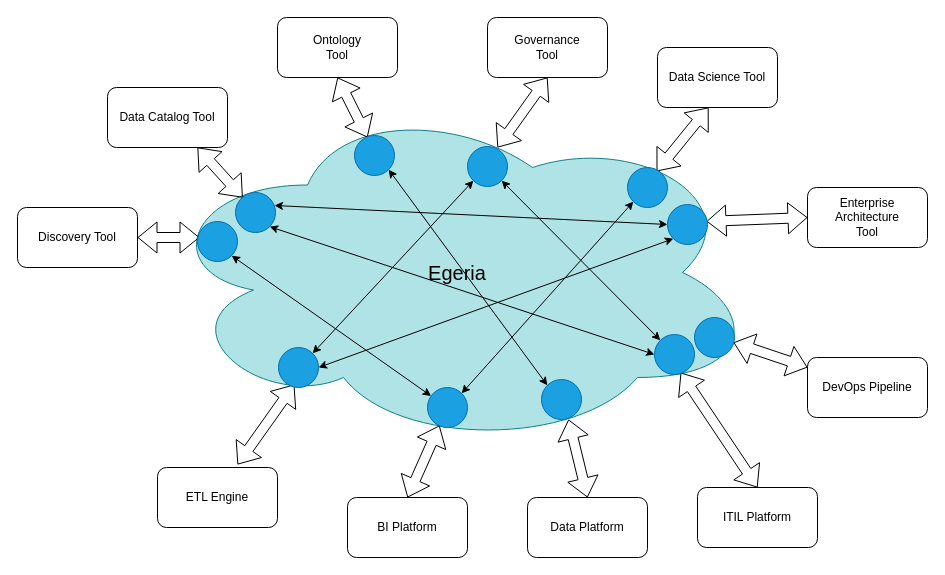
Before: page "egeria-overview-metadata-exchange" (7 of 23) of open-metadata-implementation/admin-services/docs/egeria-operations.drawio in planetf1/egeria, a draw.io diagram. Source tidied: cells renumbered, new cells numbered last; positions are measured from the earlier drawing's top-left corner, leaving out a move shared by most shapes. Both pictures are drawn from the tidied source at 100%, with x=0, y=0 at pixel (17, 17).
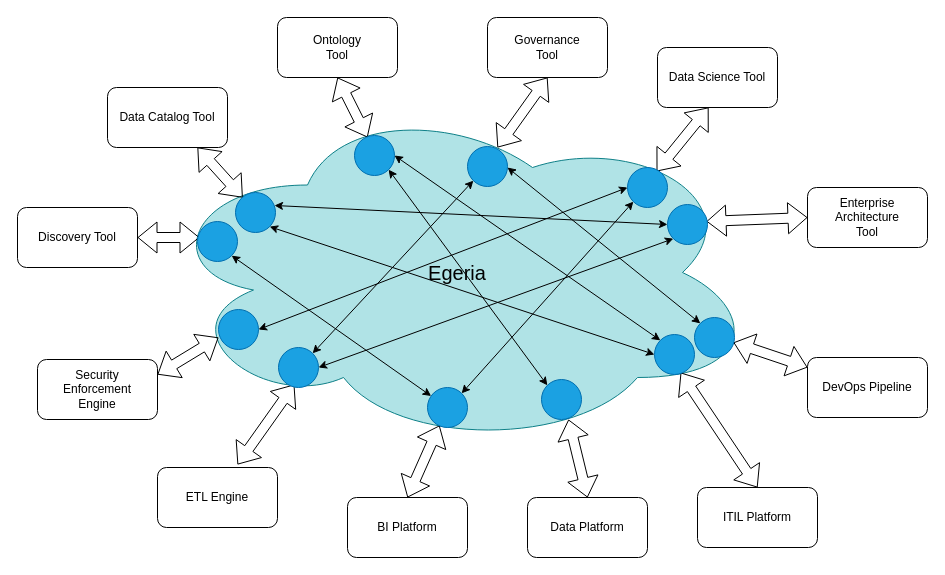
Above is the later version.

Unchanged cells that the change refers to:
```xml
<mxCell id="32" style="ellipse;whiteSpace=wrap;html=1;fillColor=#1ba1e2;strokeColor=#006EAF;fontColor=#ffffff;" parent="1" vertex="1">
  <mxGeometry x="610" y="150" width="40" height="40" as="geometry" />
</mxCell>
<mxCell id="34" style="ellipse;whiteSpace=wrap;html=1;fillColor=#1ba1e2;strokeColor=#006EAF;fontColor=#ffffff;" parent="1" vertex="1">
  <mxGeometry x="450" y="129" width="40" height="40" as="geometry" />
</mxCell>
<mxCell id="36" style="ellipse;whiteSpace=wrap;html=1;fillColor=#1ba1e2;strokeColor=#006EAF;fontColor=#ffffff;" parent="1" vertex="1">
  <mxGeometry x="337" y="118" width="40" height="40" as="geometry" />
</mxCell>
<mxCell id="38" style="ellipse;whiteSpace=wrap;html=1;fillColor=#1ba1e2;strokeColor=#006EAF;fontColor=#ffffff;" parent="1" vertex="1">
  <mxGeometry x="637" y="317" width="40" height="40" as="geometry" />
</mxCell>
<mxCell id="43" style="ellipse;whiteSpace=wrap;html=1;fillColor=#1ba1e2;strokeColor=#006EAF;fontColor=#ffffff;" parent="1" vertex="1">
  <mxGeometry x="677" y="300" width="40" height="40" as="geometry" />
</mxCell>
```

What changed in the source:
```diff
@@
-    <mxCell id="37" style="edgeStyle=none;rounded=0;jettySize=auto;html=1;exitX=0;exitY=0;exitDx=0;exitDy=0;entryX=1;entryY=1;entryDx=0;entryDy=0;startArrow=classic;startFill=1;endArrow=classic;endFill=1;" parent="1" edge="1" source="38" target="34">
+    <mxCell id="37" style="edgeStyle=none;rounded=0;jettySize=auto;html=1;exitX=0;exitY=0;exitDx=0;exitDy=0;entryX=1;entryY=0.5;entryDx=0;entryDy=0;startArrow=classic;startFill=1;endArrow=classic;endFill=1;" parent="1" edge="1" source="38" target="36">
       <mxGeometry relative="1" as="geometry" />
     </mxCell>
@@
+    <mxCell id="44" style="edgeStyle=none;rounded=0;jettySize=auto;html=1;exitX=0;exitY=0;exitDx=0;exitDy=0;startArrow=classic;startFill=1;endArrow=classic;endFill=1;fontSize=20;" parent="1" edge="1" source="43">
+      <mxGeometry relative="1" as="geometry">
+        <mxPoint x="490" y="150" as="targetPoint" />
+      </mxGeometry>
+    </mxCell>
@@
+    <mxCell id="45" value="Security&lt;br&gt;Enforcement&lt;br&gt;Engine" style="rounded=1;whiteSpace=wrap;html=1;" parent="1" vertex="1">
+      <mxGeometry x="20" y="342" width="120" height="60" as="geometry" />
+    </mxCell>
+    <mxCell id="46" style="shape=flexArrow;endArrow=classic;startArrow=classic;html=1;entryX=0;entryY=0.7;entryDx=0;entryDy=0;entryPerimeter=0;exitX=1;exitY=0.25;exitDx=0;exitDy=0;" parent="1" edge="1" source="45" target="48">
+      <mxGeometry relative="1" as="geometry" />
+    </mxCell>
+    <mxCell id="47" style="edgeStyle=none;rounded=0;jettySize=auto;html=1;exitX=1;exitY=0.5;exitDx=0;exitDy=0;entryX=0;entryY=0.5;entryDx=0;entryDy=0;startArrow=classic;startFill=1;endArrow=classic;endFill=1;fontSize=20;" parent="1" edge="1" source="48" target="32">
+      <mxGeometry relative="1" as="geometry" />
+    </mxCell>
+    <mxCell id="48" style="ellipse;whiteSpace=wrap;html=1;fillColor=#1ba1e2;strokeColor=#006EAF;fontColor=#ffffff;" parent="1" vertex="1">
+      <mxGeometry x="201" y="292" width="40" height="40" as="geometry" />
+    </mxCell>
```
